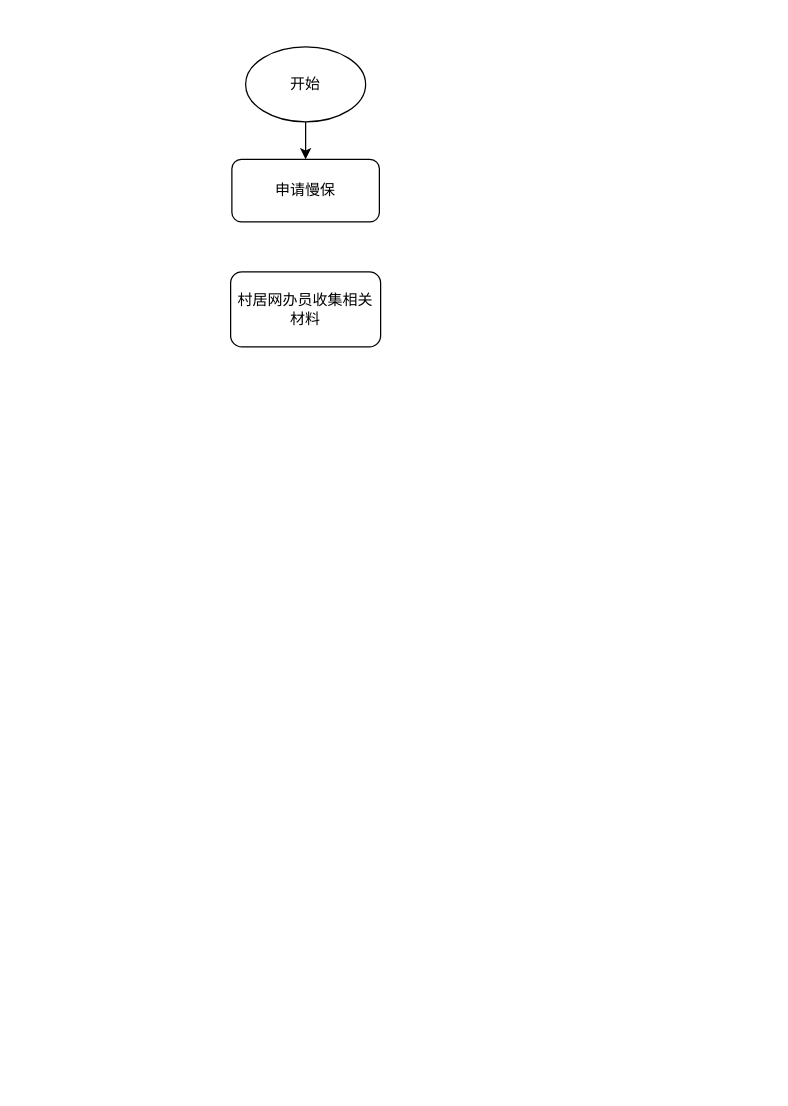
Before: 医保慢性病门诊申请流程图.drawio in zouwei-0218/drawio, a draw.io diagram. Source tidied: cells renumbered, new cells numbered last; positions are measured from the earlier drawing's top-left corner, leaving out a move shared by most shapes. Both pictures are drawn from the tidied source at 125%, with x=0, y=0 at pixel (230, 46).
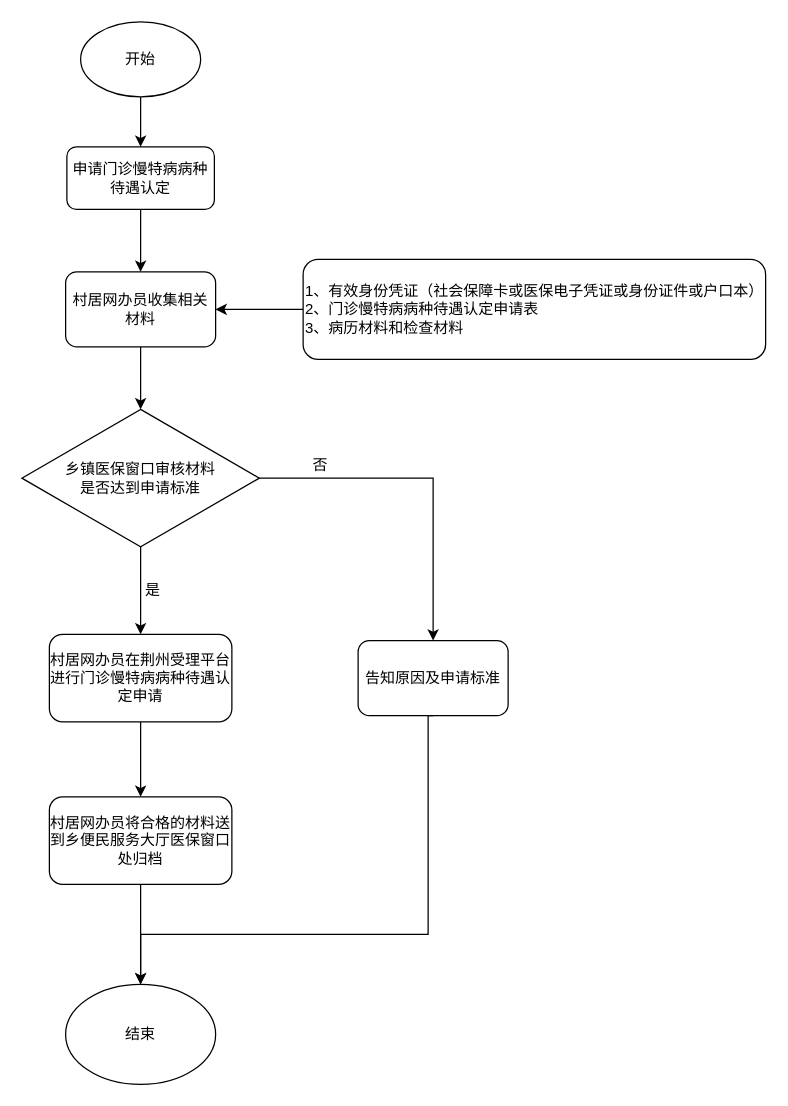
After the change.

Commit message (it also covers changes not shown here):
更新医保慢性病门诊申请流程图.drawio

The edit, as a diff of the source:
```diff
@@
     <mxCell id="3" value="开始" style="ellipse;whiteSpace=wrap;html=1;" parent="1" vertex="1">
-      <mxGeometry x="12" width="96" height="60" as="geometry" />
+      <mxGeometry x="-120" y="-20" width="96" height="60" as="geometry" />
     </mxCell>
+    <mxCell id="6" style="edgeStyle=orthogonalEdgeStyle;rounded=0;jettySize=auto;html=1;exitX=0.5;exitY=1;exitDx=0;exitDy=0;entryX=0.5;entryY=0;entryDx=0;entryDy=0;" parent="1" edge="1" source="4" target="5">
+      <mxGeometry relative="1" as="geometry" />
+    </mxCell>
-    <mxCell id="4" value="申请慢保" style="rounded=1;whiteSpace=wrap;html=1;" parent="1" vertex="1">
-      <mxGeometry x="1" y="90" width="118" height="50" as="geometry" />
+    <mxCell id="4" value="申请门诊慢特病病种待遇认定" style="rounded=1;whiteSpace=wrap;html=1;" parent="1" vertex="1">
+      <mxGeometry x="-131" y="80" width="118" height="50" as="geometry" />
     </mxCell>
+    <mxCell id="7" style="edgeStyle=orthogonalEdgeStyle;rounded=0;jettySize=auto;html=1;exitX=0.5;exitY=1;exitDx=0;exitDy=0;entryX=0.5;entryY=0;entryDx=0;entryDy=0;" parent="1" edge="1" source="5">
+      <mxGeometry relative="1" as="geometry">
+        <mxPoint x="-72" y="290" as="targetPoint" />
+      </mxGeometry>
+    </mxCell>
     <mxCell id="5" value="村居网办员收集相关材料" style="rounded=1;whiteSpace=wrap;html=1;" parent="1" vertex="1">
-      <mxGeometry y="180" width="120" height="60" as="geometry" />
+      <mxGeometry x="-132" y="180" width="120" height="60" as="geometry" />
     </mxCell>
+    <mxCell id="8" style="edgeStyle=orthogonalEdgeStyle;rounded=0;jettySize=auto;html=1;exitX=0;exitY=0.5;exitDx=0;exitDy=0;entryX=1;entryY=0.5;entryDx=0;entryDy=0;" parent="1" edge="1" source="9" target="5">
+      <mxGeometry relative="1" as="geometry" />
+    </mxCell>
+    <mxCell id="9" value="&lt;div&gt;1、有效身份凭证（社会保障卡或医保电子凭证或身份证件或户口本）&lt;/div&gt;&lt;div&gt;2、门诊慢特病病种待遇认定申请表&lt;/div&gt;&lt;div&gt;3、病历材料和检查材料&lt;/div&gt;" style="rounded=1;whiteSpace=wrap;html=1;align=left;" parent="1" vertex="1">
+      <mxGeometry x="58" y="170" width="370" height="80" as="geometry" />
+    </mxCell>
+    <mxCell id="10" style="edgeStyle=orthogonalEdgeStyle;rounded=0;jettySize=auto;html=1;exitX=0.5;exitY=1;exitDx=0;exitDy=0;" parent="1" edge="1" source="12" target="14">
+      <mxGeometry relative="1" as="geometry" />
+    </mxCell>
+    <mxCell id="11" style="edgeStyle=orthogonalEdgeStyle;rounded=0;jettySize=auto;html=1;exitX=1;exitY=0.5;exitDx=0;exitDy=0;entryX=0.5;entryY=0;entryDx=0;entryDy=0;" parent="1" edge="1" source="12" target="18">
+      <mxGeometry relative="1" as="geometry" />
+    </mxCell>
+    <mxCell id="12" value="乡镇医保窗口审核材料&lt;br&gt;是否达到申请标准" style="rhombus;whiteSpace=wrap;html=1;" parent="1" vertex="1">
+      <mxGeometry x="-167" y="290" width="190" height="110" as="geometry" />
+    </mxCell>
+    <mxCell id="13" style="edgeStyle=orthogonalEdgeStyle;rounded=0;jettySize=auto;html=1;exitX=0.5;exitY=1;exitDx=0;exitDy=0;entryX=0.5;entryY=0;entryDx=0;entryDy=0;" parent="1" edge="1" source="14" target="21">
+      <mxGeometry relative="1" as="geometry" />
+    </mxCell>
+    <mxCell id="14" value="村居网办员在荆州受理平台进行门诊慢特病病种待遇认定申请" style="rounded=1;whiteSpace=wrap;html=1;" parent="1" vertex="1">
+      <mxGeometry x="-145" y="470" width="146" height="70" as="geometry" />
+    </mxCell>
+    <mxCell id="15" value="结束" style="ellipse;whiteSpace=wrap;html=1;" parent="1" vertex="1">
+      <mxGeometry x="-132" y="750" width="120" height="80" as="geometry" />
+    </mxCell>
+    <mxCell id="16" value="是" style="text;html=1;strokeColor=none;fillColor=none;align=center;verticalAlign=middle;whiteSpace=wrap;rounded=0;" parent="1" vertex="1">
+      <mxGeometry x="-92" y="420" width="60" height="30" as="geometry" />
+    </mxCell>
+    <mxCell id="17" style="edgeStyle=orthogonalEdgeStyle;rounded=0;jettySize=auto;html=1;exitX=0.5;exitY=1;exitDx=0;exitDy=0;entryX=0.5;entryY=0;entryDx=0;entryDy=0;" parent="1" edge="1" source="18" target="15">
+      <mxGeometry relative="1" as="geometry">
+        <Array as="points">
+          <mxPoint x="158" y="710" />
+          <mxPoint x="-72" y="710" />
+        </Array>
+      </mxGeometry>
+    </mxCell>
+    <mxCell id="18" value="告知原因及申请标准" style="rounded=1;whiteSpace=wrap;html=1;" parent="1" vertex="1">
+      <mxGeometry x="102" y="475" width="120" height="60" as="geometry" />
+    </mxCell>
+    <mxCell id="19" value="否" style="text;html=1;strokeColor=none;fillColor=none;align=center;verticalAlign=middle;whiteSpace=wrap;rounded=0;" parent="1" vertex="1">
+      <mxGeometry x="42" y="320" width="60" height="30" as="geometry" />
+    </mxCell>
+    <mxCell id="20" style="edgeStyle=orthogonalEdgeStyle;rounded=0;jettySize=auto;html=1;exitX=0.5;exitY=1;exitDx=0;exitDy=0;entryX=0.5;entryY=0;entryDx=0;entryDy=0;" parent="1" edge="1" source="21" target="15">
+      <mxGeometry relative="1" as="geometry" />
+    </mxCell>
+    <mxCell id="21" value="村居网办员将合格的材料送到乡便民服务大厅医保窗口处归档" style="rounded=1;whiteSpace=wrap;html=1;" parent="1" vertex="1">
+      <mxGeometry x="-145" y="600" width="146" height="70" as="geometry" />
+    </mxCell>
```
